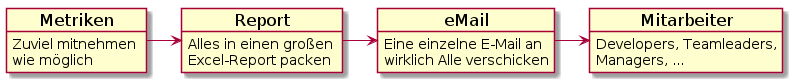
Before: _images/plantuml-23dab866e4d49bb7df510c58e6c452919062a82f.png, a diagram exported from PlantUML (useblocks/presentations).
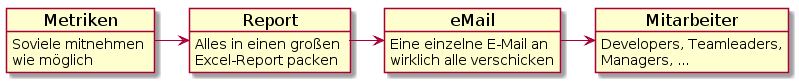
Above is the later version.

The edit, as a diff of the source:
```diff
@@ -19,7 +19,7 @@
 
 
 object Metriken {
-Zuviel mitnehmen \lwie möglich
+Soviele mitnehmen \lwie möglich
 }
 
 object Report {
@@ -27,7 +27,7 @@
 }
 
 object eMail {
-Eine einzelne E-Mail an \lwirklich Alle verschicken
+Eine einzelne E-Mail an \lwirklich alle verschicken
 }
 
 object Mitarbeiter {
```
